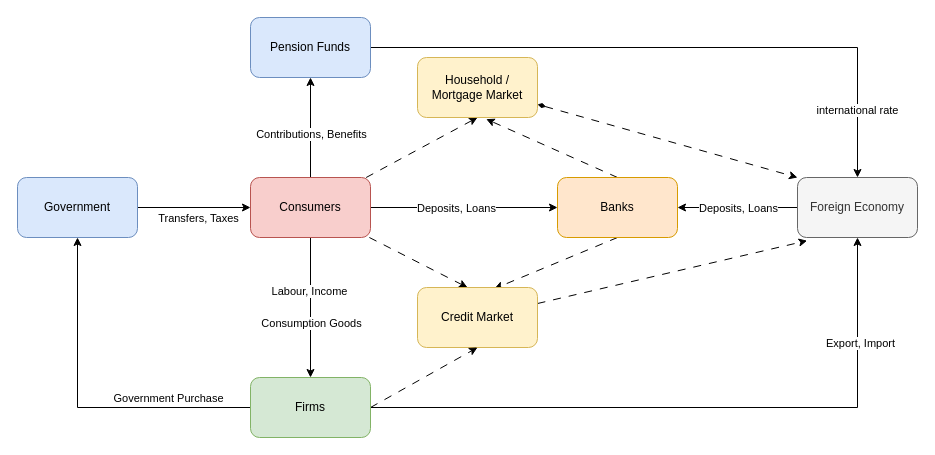
This is crash_NL.drawio from zuzancek/schemes, a draw.io file, before an edit. Source tidied: cells renumbered, new cells numbered last; positions are measured from the earlier drawing's top-left corner, leaving out a move shared by most shapes. Both pictures are drawn from the tidied source at 100%, with x=0, y=0 at pixel (17, 17).
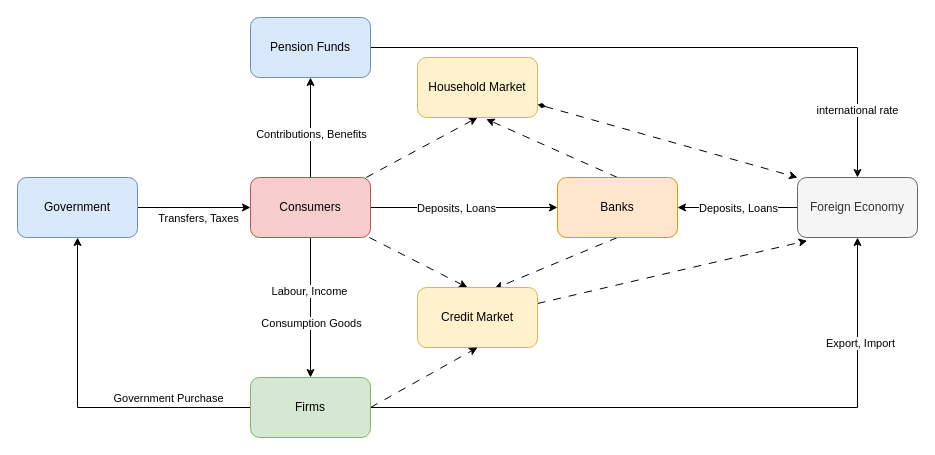
The same diagram, later.

Diff of the diagram source:
```diff
@@
-    <mxCell id="16" value="Household / Mortgage Market" style="rounded=1;whiteSpace=wrap;html=1;fillColor=#fff2cc;strokeColor=#d6b656;" parent="1" vertex="1">
+    <mxCell id="16" value="Household Market" style="rounded=1;whiteSpace=wrap;html=1;fillColor=#fff2cc;strokeColor=#d6b656;" parent="1" vertex="1">
       <mxGeometry x="400" y="40" width="120" height="60" as="geometry" />
     </mxCell>
```
